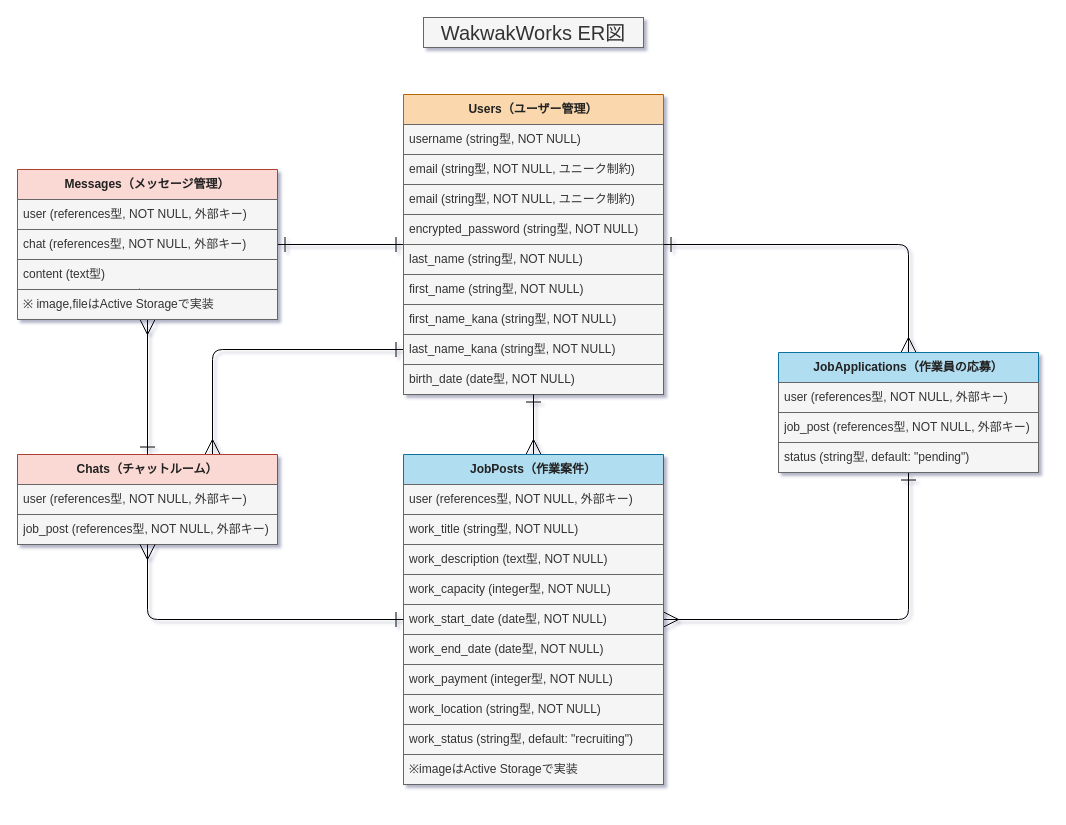
tsuyocica/wakwak_works keeps this draw.io diagram as wakwakworks_er_diagram.drawio. Above is the earlier version. Source tidied: cells renumbered, new cells numbered last; positions are measured from the earlier drawing's top-left corner, leaving out a move shared by most shapes. Both pictures are drawn from the tidied source at 100%, with x=0, y=0 at pixel (17, 17).
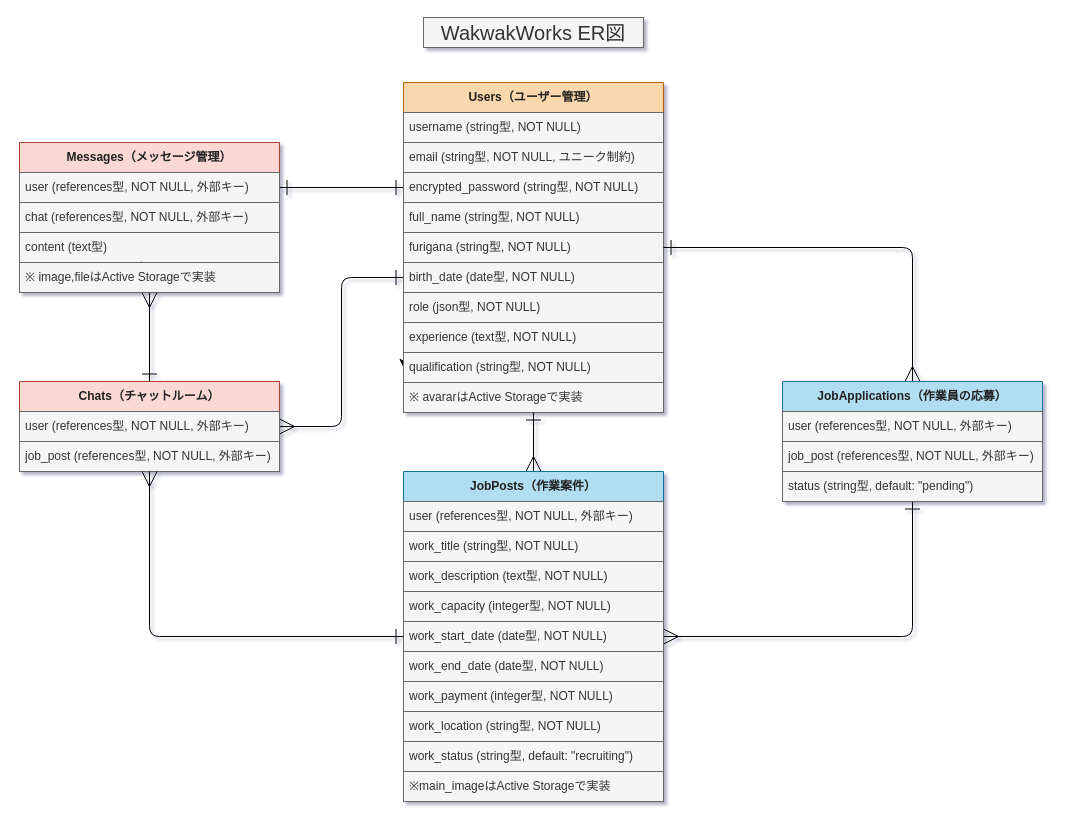
Above is the later version.

Commit message (it also covers changes not shown here):
READMEの更新、ER図の更新

The change refers to these unchanged cells:
```xml
<mxCell id="4" value="user (references型, NOT NULL, 外部キー)" style="text;strokeColor=#666666;fillColor=#f5f5f5;align=left;verticalAlign=middle;spacingLeft=4;spacingRight=4;overflow=hidden;points=[[0,0.5],[1,0.5]];portConstraint=eastwest;whiteSpace=wrap;html=1;rounded=0;fontColor=#333333;" parent="3" vertex="1">
  <mxGeometry y="30" width="260" height="30" as="geometry" />
</mxCell>
<mxCell id="9" value="user (references型, NOT NULL, 外部キー)" style="text;strokeColor=#666666;fillColor=#f5f5f5;align=left;verticalAlign=middle;spacingLeft=4;spacingRight=4;overflow=hidden;points=[[0,0.5],[1,0.5]];portConstraint=eastwest;whiteSpace=wrap;html=1;rounded=0;fontColor=#333333;" parent="8" vertex="1">
  <mxGeometry y="30" width="260" height="30" as="geometry" />
</mxCell>
```

Change to the diagram source:
```diff
@@
-    <mxCell id="2" style="edgeStyle=orthogonalEdgeStyle;sketch=0;html=1;exitX=0.75;exitY=0;exitDx=0;exitDy=0;strokeColor=#000000;fontColor=#202020;startArrow=ERmany;startFill=0;endArrow=ERone;endFill=0;startSize=13;endSize=13;elbow=vertical;entryX=0;entryY=0.5;entryDx=0;entryDy=0;" parent="1" edge="1" source="3" target="22">
+    <mxCell id="2" style="edgeStyle=orthogonalEdgeStyle;sketch=0;html=1;exitX=1;exitY=0.5;exitDx=0;exitDy=0;strokeColor=#000000;fontColor=#202020;startArrow=ERmany;startFill=0;endArrow=ERone;endFill=0;startSize=13;endSize=13;elbow=vertical;entryX=0;entryY=0.5;entryDx=0;entryDy=0;" parent="1" edge="1" source="4" target="23">
       <mxGeometry relative="1" as="geometry" />
     </mxCell>
     <mxCell id="3" value="Chats（チャットルーム）" style="swimlane;fontStyle=1;horizontal=1;startSize=30;whiteSpace=wrap;html=1;rounded=0;fillColor=#fad9d5;strokeColor=#ae4132;fontColor=#202020;" parent="1" vertex="1">
-      <mxGeometry y="437" width="260" height="90" as="geometry" />
+      <mxGeometry x="2" y="364" width="260" height="90" as="geometry" />
     </mxCell>
@@
-    <mxCell id="6" style="edgeStyle=orthogonalEdgeStyle;html=1;strokeColor=#000000;elbow=vertical;entryX=0;entryY=0.5;entryDx=0;entryDy=0;startArrow=ERone;startFill=0;endArrow=ERone;endFill=0;endSize=13;startSize=13;exitX=1;exitY=0.5;exitDx=0;exitDy=0;" parent="1" edge="1" source="8" target="14">
+    <mxCell id="6" style="edgeStyle=orthogonalEdgeStyle;html=1;strokeColor=#000000;elbow=vertical;entryX=0;entryY=0.5;entryDx=0;entryDy=0;startArrow=ERone;startFill=0;endArrow=ERone;endFill=0;endSize=13;startSize=13;exitX=1;exitY=0.5;exitDx=0;exitDy=0;" parent="1" edge="1" source="9" target="18">
       <mxGeometry relative="1" as="geometry" />
     </mxCell>
@@
     <mxCell id="8" value="Messages（メッセージ管理）" style="swimlane;fontStyle=1;horizontal=1;startSize=30;whiteSpace=wrap;html=1;rounded=0;fillColor=#fad9d5;strokeColor=#ae4132;fontColor=#202020;" parent="1" vertex="1">
-      <mxGeometry y="152" width="260" height="150" as="geometry" />
+      <mxGeometry x="2" y="125" width="260" height="150" as="geometry" />
     </mxCell>
@@
     <mxCell id="14" value="Users（ユーザー管理）" style="swimlane;fontStyle=1;horizontal=1;startSize=30;whiteSpace=wrap;html=1;rounded=0;fillColor=#fad7ac;strokeColor=#b46504;fontColor=#202020;" parent="1" vertex="1">
-      <mxGeometry x="386" y="77" width="260" height="300" as="geometry" />
+      <mxGeometry x="386" y="65" width="260" height="330" as="geometry" />
     </mxCell>
@@
-    <mxCell id="17" value="email (string型, NOT NULL, ユニーク制約)" style="text;strokeColor=#666666;fillColor=#f5f5f5;align=left;verticalAlign=middle;spacingLeft=4;spacingRight=4;overflow=hidden;whiteSpace=wrap;html=1;rounded=0;fontColor=#333333;" parent="14" vertex="1">
-      <mxGeometry y="90" width="260" height="30" as="geometry" />
-    </mxCell>
     <mxCell id="18" value="encrypted_password (string型, NOT NULL)" style="text;strokeColor=#666666;fillColor=#f5f5f5;align=left;verticalAlign=middle;spacingLeft=4;spacingRight=4;overflow=hidden;points=[[0,0.5],[1,0.5]];portConstraint=eastwest;whiteSpace=wrap;html=1;rounded=0;fontColor=#333333;" parent="14" vertex="1">
-      <mxGeometry y="120" width="260" height="30" as="geometry" />
+      <mxGeometry y="90" width="260" height="30" as="geometry" />
     </mxCell>
-    <mxCell id="19" value="last_name (string型, NOT NULL)" style="text;strokeColor=#666666;fillColor=#f5f5f5;align=left;verticalAlign=middle;spacingLeft=4;spacingRight=4;overflow=hidden;whiteSpace=wrap;html=1;rounded=0;fontColor=#333333;" parent="14" vertex="1">
-      <mxGeometry y="150" width="260" height="30" as="geometry" />
+    <mxCell id="19" value="full_name (string型, NOT NULL)" style="text;strokeColor=#666666;fillColor=#f5f5f5;align=left;verticalAlign=middle;spacingLeft=4;spacingRight=4;overflow=hidden;whiteSpace=wrap;html=1;rounded=0;fontColor=#333333;" parent="14" vertex="1">
+      <mxGeometry y="120" width="260" height="30" as="geometry" />
     </mxCell>
-    <mxCell id="20" value="first_name (string型, NOT NULL)" style="text;strokeColor=#666666;fillColor=#f5f5f5;align=left;verticalAlign=middle;spacingLeft=4;spacingRight=4;overflow=hidden;whiteSpace=wrap;html=1;rounded=0;fontColor=#333333;" parent="14" vertex="1">
-      <mxGeometry y="180" width="260" height="30" as="geometry" />
+    <mxCell id="20" value="furigana (string型, NOT NULL)" style="text;strokeColor=#666666;fillColor=#f5f5f5;align=left;verticalAlign=middle;spacingLeft=4;spacingRight=4;overflow=hidden;whiteSpace=wrap;html=1;rounded=0;fontColor=#333333;" parent="14" vertex="1">
+      <mxGeometry y="150" width="260" height="30" as="geometry" />
     </mxCell>
+    <mxCell id="23" value="birth_date (date型, NOT NULL)" style="text;strokeColor=#666666;fillColor=#f5f5f5;align=left;verticalAlign=middle;spacingLeft=4;spacingRight=4;overflow=hidden;points=[[0,0.5],[1,0.5]];portConstraint=eastwest;whiteSpace=wrap;html=1;rounded=0;fontColor=#333333;" parent="14" vertex="1">
+      <mxGeometry y="180" width="260" height="30" as="geometry" />
+    </mxCell>
+    <mxCell id="44" style="edgeStyle=none;html=1;exitX=0;exitY=0.5;exitDx=0;exitDy=0;entryX=0;entryY=0.5;entryDx=0;entryDy=0;" parent="14" edge="1" source="45" target="22">
+      <mxGeometry relative="1" as="geometry" />
+    </mxCell>
+    <mxCell id="45" value="role (json型, NOT NULL)" style="text;strokeColor=#666666;fillColor=#f5f5f5;align=left;verticalAlign=middle;spacingLeft=4;spacingRight=4;overflow=hidden;points=[[0,0.5],[1,0.5]];portConstraint=eastwest;whiteSpace=wrap;html=1;rounded=0;fontColor=#333333;" parent="14" vertex="1">
+      <mxGeometry y="210" width="260" height="30" as="geometry" />
+    </mxCell>
-    <mxCell id="21" value="first_name_kana (string型, NOT NULL)" style="text;strokeColor=#666666;fillColor=#f5f5f5;align=left;verticalAlign=middle;spacingLeft=4;spacingRight=4;overflow=hidden;whiteSpace=wrap;html=1;rounded=0;fontColor=#333333;" parent="14" vertex="1">
-      <mxGeometry y="210" width="260" height="30" as="geometry" />
+    <mxCell id="21" value="experience (text型, NOT NULL)" style="text;strokeColor=#666666;fillColor=#f5f5f5;align=left;verticalAlign=middle;spacingLeft=4;spacingRight=4;overflow=hidden;whiteSpace=wrap;html=1;rounded=0;fontColor=#333333;" parent="14" vertex="1">
+      <mxGeometry y="240" width="260" height="30" as="geometry" />
     </mxCell>
-    <mxCell id="22" value="last_name_kana&amp;nbsp;(string型, NOT NULL)" style="text;strokeColor=#666666;fillColor=#f5f5f5;align=left;verticalAlign=middle;spacingLeft=4;spacingRight=4;overflow=hidden;points=[[0,0.5],[1,0.5]];portConstraint=eastwest;whiteSpace=wrap;html=1;rounded=0;fontColor=#333333;" parent="14" vertex="1">
-      <mxGeometry y="240" width="260" height="30" as="geometry" />
+    <mxCell id="22" value="qualification&amp;nbsp;(string型, NOT NULL)" style="text;strokeColor=#666666;fillColor=#f5f5f5;align=left;verticalAlign=middle;spacingLeft=4;spacingRight=4;overflow=hidden;points=[[0,0.5],[1,0.5]];portConstraint=eastwest;whiteSpace=wrap;html=1;rounded=0;fontColor=#333333;" parent="14" vertex="1">
+      <mxGeometry y="270" width="260" height="30" as="geometry" />
     </mxCell>
-    <mxCell id="23" value="birth_date (date型, NOT NULL)" style="text;strokeColor=#666666;fillColor=#f5f5f5;align=left;verticalAlign=middle;spacingLeft=4;spacingRight=4;overflow=hidden;points=[[0,0.5],[1,0.5]];portConstraint=eastwest;whiteSpace=wrap;html=1;rounded=0;fontColor=#333333;" parent="14" vertex="1">
-      <mxGeometry y="270" width="260" height="30" as="geometry" />
-    </mxCell>
+    <mxCell id="46" value="※ avararはActive Storageで実装" style="text;strokeColor=#666666;fillColor=#f5f5f5;align=left;verticalAlign=middle;spacingLeft=4;spacingRight=4;overflow=hidden;whiteSpace=wrap;html=1;rounded=0;fontColor=#333333;" parent="14" vertex="1">
+      <mxGeometry y="300" width="260" height="30" as="geometry" />
+    </mxCell>
@@
     <mxCell id="26" value="JobPosts（作業案件）" style="swimlane;fontStyle=1;horizontal=1;startSize=30;whiteSpace=wrap;html=1;rounded=0;fillColor=#b1ddf0;strokeColor=#10739e;fontColor=#202020;" parent="1" vertex="1">
-      <mxGeometry x="386" y="437" width="260" height="330" as="geometry" />
+      <mxGeometry x="386" y="454" width="260" height="330" as="geometry" />
     </mxCell>
@@
-    <mxCell id="36" value="※imageはActive Storageで実装" style="text;strokeColor=#666666;fillColor=#f5f5f5;align=left;verticalAlign=middle;spacingLeft=4;spacingRight=4;overflow=hidden;whiteSpace=wrap;html=1;rounded=0;fontColor=#333333;" parent="26" vertex="1">
+    <mxCell id="36" value="※main_imageはActive Storageで実装" style="text;strokeColor=#666666;fillColor=#f5f5f5;align=left;verticalAlign=middle;spacingLeft=4;spacingRight=4;overflow=hidden;whiteSpace=wrap;html=1;rounded=0;fontColor=#333333;" parent="26" vertex="1">
       <mxGeometry y="300" width="260" height="30" as="geometry" />
     </mxCell>
@@
     <mxCell id="39" value="JobApplications（作業員の応募）" style="swimlane;fontStyle=1;horizontal=1;startSize=30;whiteSpace=wrap;html=1;rounded=0;fillColor=#b1ddf0;strokeColor=#10739e;fontColor=#202020;" parent="1" vertex="1">
-      <mxGeometry x="761" y="335" width="260" height="120" as="geometry" />
+      <mxGeometry x="765" y="364" width="260" height="120" as="geometry" />
     </mxCell>
```
